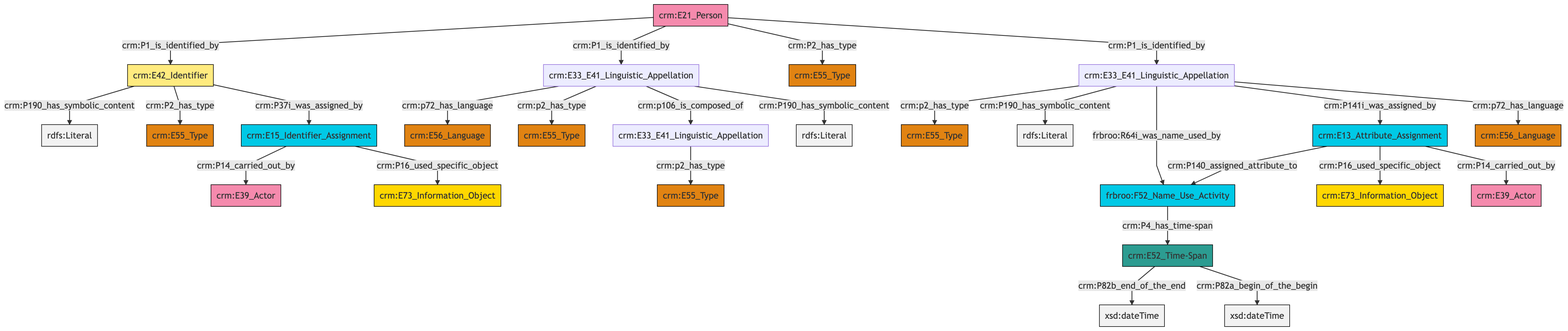
The Mermaid diagram et/personCSV/ttl/mmd/png/Person_Names_and_Classification.png in ncarboni/srdm, before a commit. Its source is kept beside it as et/personCSV/ttl/mmd/Person_Names_and_Classification.ttl.mmd.
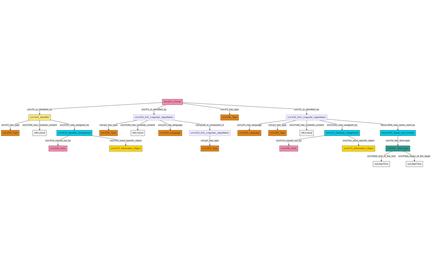
The same file after the commit.

The edit, as a diff of the source:
```diff
@@ -13,28 +13,27 @@
 classDef PC_Classes fill:#4ce600, stroke:#000000;
 classDef Multi fill:#cccccc,stroke:#000000;
 
-4["crm:E33_E41_Linguistic_Appellation"]:::Default -->|crm:p2_has_type| 8["crm:E55_Type"]:::Type
-9["crm:E42_Identifier"]:::Appellation -->|crm:P190_has_symbolic_content| 11[rdfs:Literal]:::Literal
-12["crm:E33_E41_Linguistic_Appellation"]:::Default -->|crm:p72_has_language| 13["crm:E56_Language"]:::Type
-9["crm:E42_Identifier"]:::Appellation -->|crm:P2_has_type| 16["crm:E55_Type"]:::Type
-21["frbroo:F52_Name_Use_Activity"]:::Temporal_Entity -->|crm:P4_has_time-span| 0["crm:E52_Time-Span"]:::Time-Span
-4["crm:E33_E41_Linguistic_Appellation"]:::Default -->|crm:P190_has_symbolic_content| 22[rdfs:Literal]:::Literal
-12["crm:E33_E41_Linguistic_Appellation"]:::Default -->|crm:p2_has_type| 23["crm:E55_Type"]:::Type
-24["crm:E21_Person"]:::Actor -->|crm:P1_is_identified_by| 9["crm:E42_Identifier"]:::Appellation
-4["crm:E33_E41_Linguistic_Appellation"]:::Default -->|frbroo:R64i_was_name_used_by| 21["frbroo:F52_Name_Use_Activity"]:::Temporal_Entity
-24["crm:E21_Person"]:::Actor -->|crm:P1_is_identified_by| 12["crm:E33_E41_Linguistic_Appellation"]:::Default
-0["crm:E52_Time-Span"]:::Time-Span -->|crm:P82b_end_of_the_end| 26[xsd:dateTime]:::Literal
-24["crm:E21_Person"]:::Actor -->|crm:P2_has_type| 19["crm:E55_Type"]:::Type
-24["crm:E21_Person"]:::Actor -->|crm:P1_is_identified_by| 4["crm:E33_E41_Linguistic_Appellation"]:::Default
-12["crm:E33_E41_Linguistic_Appellation"]:::Default -->|crm:p106_is_composed_of| 17["crm:E33_E41_Linguistic_Appellation"]:::Default
-4["crm:E33_E41_Linguistic_Appellation"]:::Default -->|crm:P141i_was_assigned_by| 32["crm:E13_Attribute_Assignment"]:::Temporal_Entity
-32["crm:E13_Attribute_Assignment"]:::Temporal_Entity -->|crm:P140_assigned_attribute_to| 21["frbroo:F52_Name_Use_Activity"]:::Temporal_Entity
-32["crm:E13_Attribute_Assignment"]:::Temporal_Entity -->|crm:P16_used_specific_object| 36["crm:E73_Information_Object"]:::Conceptual_Object
-4["crm:E33_E41_Linguistic_Appellation"]:::Default -->|crm:p72_has_language| 34["crm:E56_Language"]:::Type
-32["crm:E13_Attribute_Assignment"]:::Temporal_Entity -->|crm:P14_carried_out_by| 27["crm:E39_Actor"]:::Actor
-40["crm:E15_Identifier_Assignment"]:::Temporal_Entity -->|crm:P14_carried_out_by| 6["crm:E39_Actor"]:::Actor
-9["crm:E42_Identifier"]:::Appellation -->|crm:P37i_was_assigned_by| 40["crm:E15_Identifier_Assignment"]:::Temporal_Entity
-40["crm:E15_Identifier_Assignment"]:::Temporal_Entity -->|crm:P16_used_specific_object| 14["crm:E73_Information_Object"]:::Conceptual_Object
-17["crm:E33_E41_Linguistic_Appellation"]:::Default -->|crm:p2_has_type| 2["crm:E55_Type"]:::Type
-0["crm:E52_Time-Span"]:::Time-Span -->|crm:P82a_begin_of_the_begin| 43[xsd:dateTime]:::Literal
-12["crm:E33_E41_Linguistic_Appellation"]:::Default -->|crm:P190_has_symbolic_content| 45[rdfs:Literal]:::Literal
+4["crm:E33_E41_Linguistic_Appellation"]:::Default -->|crm:p2_has_type| 5["crm:E55_Type"]:::Type
+8["crm:E33_E41_Linguistic_Appellation"]:::Default -->|crm:p72_has_language| 9["crm:E56_Language"]:::Type
+8["crm:E33_E41_Linguistic_Appellation"]:::Default -->|crm:p2_has_type| 22["crm:E55_Type"]:::Type
+16["crm:E42_Identifier"]:::Appellation -->|crm:P2_has_type| 23["crm:E55_Type"]:::Type
+24["crm:E52_Time-Span"]:::Time-Span -->|crm:P82b_end_of_the_end| 25[xsd:dateTime]:::Literal
+8["crm:E33_E41_Linguistic_Appellation"]:::Default -->|crm:P190_has_symbolic_content| 26[rdfs:Literal]:::Literal
+0["crm:E13_Attribute_Assignment"]:::Temporal_Entity -->|crm:P14_carried_out_by| 14["crm:E39_Actor"]:::Actor
+27["crm:E33_E41_Linguistic_Appellation"]:::Default -->|crm:p2_has_type| 20["crm:E55_Type"]:::Type
+8["crm:E33_E41_Linguistic_Appellation"]:::Default -->|crm:P141i_was_assigned_by| 0["crm:E13_Attribute_Assignment"]:::Temporal_Entity
+16["crm:E42_Identifier"]:::Appellation -->|crm:P190_has_symbolic_content| 29[rdfs:Literal]:::Literal
+27["crm:E33_E41_Linguistic_Appellation"]:::Default -->|crm:P190_has_symbolic_content| 30[rdfs:Literal]:::Literal
+2["crm:E21_Person"]:::Actor -->|crm:P1_is_identified_by| 16["crm:E42_Identifier"]:::Appellation
+8["crm:E33_E41_Linguistic_Appellation"]:::Default -->|frbroo:R64i_was_name_used_by| 10["frbroo:F52_Name_Use_Activity"]:::Temporal_Entity
+2["crm:E21_Person"]:::Actor -->|crm:P1_is_identified_by| 27["crm:E33_E41_Linguistic_Appellation"]:::Default
+10["frbroo:F52_Name_Use_Activity"]:::Temporal_Entity -->|crm:P4_has_time-span| 24["crm:E52_Time-Span"]:::Time-Span
+0["crm:E13_Attribute_Assignment"]:::Temporal_Entity -->|crm:P16_used_specific_object| 35["crm:E73_Information_Object"]:::Conceptual_Object
+16["crm:E42_Identifier"]:::Appellation -->|crm:P37i_was_assigned_by| 12["crm:E15_Identifier_Assignment"]:::Temporal_Entity
+12["crm:E15_Identifier_Assignment"]:::Temporal_Entity -->|crm:P14_carried_out_by| 41["crm:E39_Actor"]:::Actor
+27["crm:E33_E41_Linguistic_Appellation"]:::Default -->|crm:p72_has_language| 18["crm:E56_Language"]:::Type
+24["crm:E52_Time-Span"]:::Time-Span -->|crm:P82a_begin_of_the_begin| 44[xsd:dateTime]:::Literal
+27["crm:E33_E41_Linguistic_Appellation"]:::Default -->|crm:p106_is_composed_of| 4["crm:E33_E41_Linguistic_Appellation"]:::Default
+12["crm:E15_Identifier_Assignment"]:::Temporal_Entity -->|crm:P16_used_specific_object| 32["crm:E73_Information_Object"]:::Conceptual_Object
+2["crm:E21_Person"]:::Actor -->|crm:P2_has_type| 6["crm:E55_Type"]:::Type
+2["crm:E21_Person"]:::Actor -->|crm:P1_is_identified_by| 8["crm:E33_E41_Linguistic_Appellation"]:::Default
```
